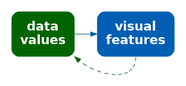
Above: Diagrams/data-vis-decode.png in pmur002/hdvw (Graphviz), before the change. Its source is kept beside it as Diagrams/data-vis-decode.dot.
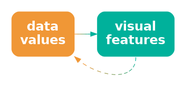
The same diagram one commit later.

The edit, as a diff of the source:
```diff
@@ -1,9 +1,9 @@
 digraph {
   graph [ rankdir=LR; margin=.2; nodesep=.5 ];
   node [ fontsize=20; fontname="sans bold"; margin=.2 ];
-  data [ label="data\nvalues"; shape=box; style="filled, rounded"; penwidth=0; fontcolor=white; fillcolor="#006400" ]
+  data [ label="data\nvalues"; shape=box; style="filled, rounded"; penwidth=0; fontcolor=white; fillcolor="#F09736" ]
   vis [ label="visual\nfeatures"; shape=box;
-     style="filled, rounded"; penwidth=0; fontcolor=white; fillcolor="#005FB2" ]
-  data -> vis [ color="#006400;0.1:#006314;0.1:#006328;0.1:#00623B;0.1:#00624F;0.1:#006163;0.1:#006177;0.1:#00608A;0.1:#00609E;0.1:#005FB2;0.1" ]
-  vis:s -> data:se [ style="dashed", color="#005FB2;0.1:#00609E;0.1:#00608A;0.1:#006177;0.1:#006163;0.1:#00624F;0.1:#00623B;0.1:#006328;0.1:#006314;0.1:#006400;0.1" ]
+     style="filled, rounded"; penwidth=0; fontcolor=white; fillcolor="#00B19B" ]
+  data -> vis [ color="#F09736;0.1:#D59A41;0.1:#BB9D4C;0.1:#A0A058;0.1:#85A363;0.1:#6BA56E;0.1:#50A879;0.1:#35AB85;0.1:#1BAE90;0.1:#00B19B;0.1" ]
+  vis:s -> data:se [ style="dashed", color="#00B19B;0.1:#1BAE90;0.1:#35AB85;0.1:#50A879;0.1:#6BA56E;0.1:#85A363;0.1:#A0A058;0.1:#BB9D4C;0.1:#D59A41;0.1:#F09736;0.1" ]
 }
```
